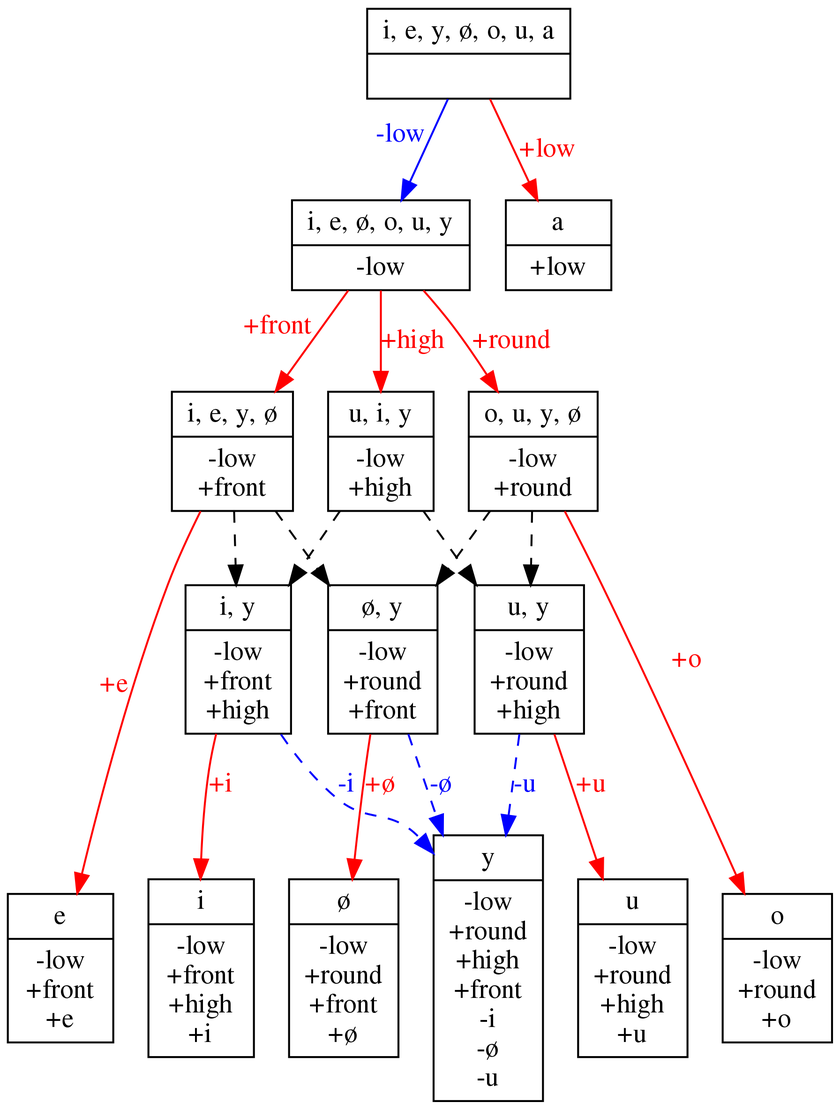
This is squib/diagrams/vowel_inventory_complementary.png from rdaland/Pheatures, a Graphviz export, as it was before one commit. Its source is kept beside it as squib/diagrams/vowel_inventory_complementary.gv. Its diagram source:
```dot
digraph {
	graph [ dpi = 300 ];
	0 [label="{<segs> i, e, y, ø, o, u, a |<feats>  }",shape=record]
	1 [label="{<segs> i, e, ø, o, u, y |<feats> -low }",shape=record]
	2 [label="{<segs> i, e, y, ø |<feats> -low\n+front }",shape=record]
	3 [label="{<segs> o, u, y, ø |<feats> -low\n+round }",shape=record]
	4 [label="{<segs> u, i, y |<feats> -low\n+high }",shape=record]
	5 [label="{<segs> i |<feats> -low\n+front\n+high\n+i }",shape=record]
	6 [label="{<segs> y |<feats> -low\n+round\n+high\n+front\n-i\n-ø\n-u }",shape=record]
	7 [label="{<segs> u |<feats> -low\n+round\n+high\n+u }",shape=record]
	8 [label="{<segs> e |<feats> -low\n+front\n+e }",shape=record]
	9 [label="{<segs> ø |<feats> -low\n+round\n+front\n+ø }",shape=record]
	10 [label="{<segs> o |<feats> -low\n+round\n+o }",shape=record]
	11 [label="{<segs> a |<feats> +low }",shape=record]
	12 [label="{<segs> ø, y |<feats> -low\n+round\n+front }",shape=record]
	13 [label="{<segs> i, y |<feats> -low\n+front\n+high }",shape=record]
	14 [label="{<segs> u, y |<feats> -low\n+round\n+high }",shape=record]

	0 -> 1 [xlabel="-low",fontcolor=blue,color=blue]
	0 -> 11 [label="+low",fontcolor=red,color=red]
	1 -> 2 [xlabel="+front",fontcolor=red,color=red]
	1 -> 3 [label="+round",fontcolor=red,color=red]
	1 -> 4 [label="+high",fontcolor=red,color=red]
	2 -> 8 [xlabel="+e",fontcolor=red,color=red]
	2 -> 12 [style=dashed]
	2 -> 13 [style=dashed]
	3 -> 10 [label="+o",fontcolor=red,color=red]
	3 -> 12 [style=dashed]
	3 -> 14 [style=dashed]
	4 -> 13 [style=dashed]
	4 -> 14 [style=dashed]
	12 -> 6 [style=dashed,label="-ø",fontcolor=blue,color=blue]
	12 -> 9 [label="+ø",fontcolor=red,color=red]
	13 -> 5 [label="+i",fontcolor=red,color=red]
	13 -> 6 [label="-i",style=dashed,fontcolor=blue,color=blue]
	14 -> 6 [style=dashed,label="-u",fontcolor=blue,color=blue]
	14 -> 7 [label="+u",fontcolor=red,color=red]
{rank=same; 5 6 7 8 9 10}
}
```
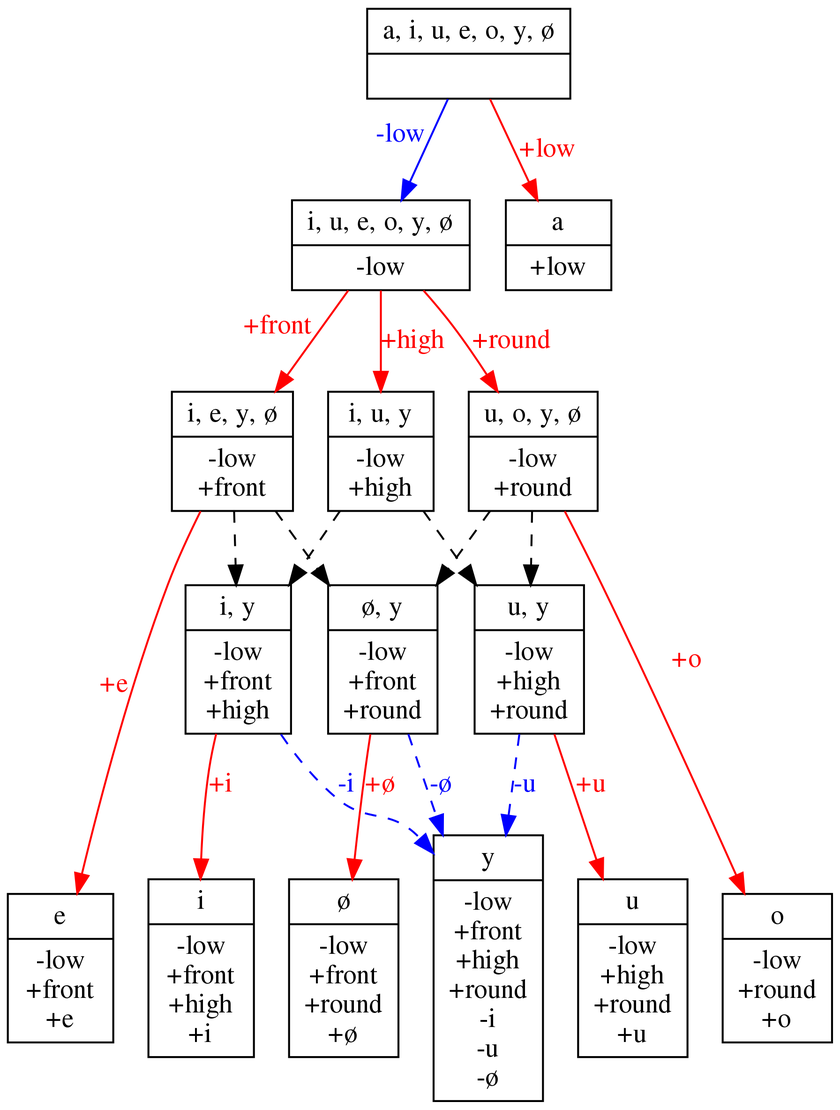
After the commit.

What changed in the source:
```diff
@@ -1,20 +1,20 @@
 digraph {
 	graph [ dpi = 300 ];
-	0 [label="{<segs> i, e, y, ø, o, u, a |<feats>  }",shape=record]
-	1 [label="{<segs> i, e, ø, o, u, y |<feats> -low }",shape=record]
+	0 [label="{<segs> a, i, u, e, o, y, ø |<feats>  }",shape=record]
+	1 [label="{<segs> i, u, e, o, y, ø |<feats> -low }",shape=record]
 	2 [label="{<segs> i, e, y, ø |<feats> -low\n+front }",shape=record]
-	3 [label="{<segs> o, u, y, ø |<feats> -low\n+round }",shape=record]
-	4 [label="{<segs> u, i, y |<feats> -low\n+high }",shape=record]
+	3 [label="{<segs> u, o, y, ø |<feats> -low\n+round }",shape=record]
+	4 [label="{<segs> i, u, y |<feats> -low\n+high }",shape=record]
 	5 [label="{<segs> i |<feats> -low\n+front\n+high\n+i }",shape=record]
-	6 [label="{<segs> y |<feats> -low\n+round\n+high\n+front\n-i\n-ø\n-u }",shape=record]
-	7 [label="{<segs> u |<feats> -low\n+round\n+high\n+u }",shape=record]
+	6 [label="{<segs> y |<feats> -low\n+front\n+high\n+round\n-i\n-u\n-ø }",shape=record]
+	7 [label="{<segs> u |<feats> -low\n+high\n+round\n+u }",shape=record]
 	8 [label="{<segs> e |<feats> -low\n+front\n+e }",shape=record]
-	9 [label="{<segs> ø |<feats> -low\n+round\n+front\n+ø }",shape=record]
+	9 [label="{<segs> ø |<feats> -low\n+front\n+round\n+ø }",shape=record]
 	10 [label="{<segs> o |<feats> -low\n+round\n+o }",shape=record]
 	11 [label="{<segs> a |<feats> +low }",shape=record]
-	12 [label="{<segs> ø, y |<feats> -low\n+round\n+front }",shape=record]
+	12 [label="{<segs> ø, y |<feats> -low\n+front\n+round }",shape=record]
 	13 [label="{<segs> i, y |<feats> -low\n+front\n+high }",shape=record]
-	14 [label="{<segs> u, y |<feats> -low\n+round\n+high }",shape=record]
+	14 [label="{<segs> u, y |<feats> -low\n+high\n+round }",shape=record]
 
 	0 -> 1 [xlabel="-low",fontcolor=blue,color=blue]
 	0 -> 11 [label="+low",fontcolor=red,color=red]
```
